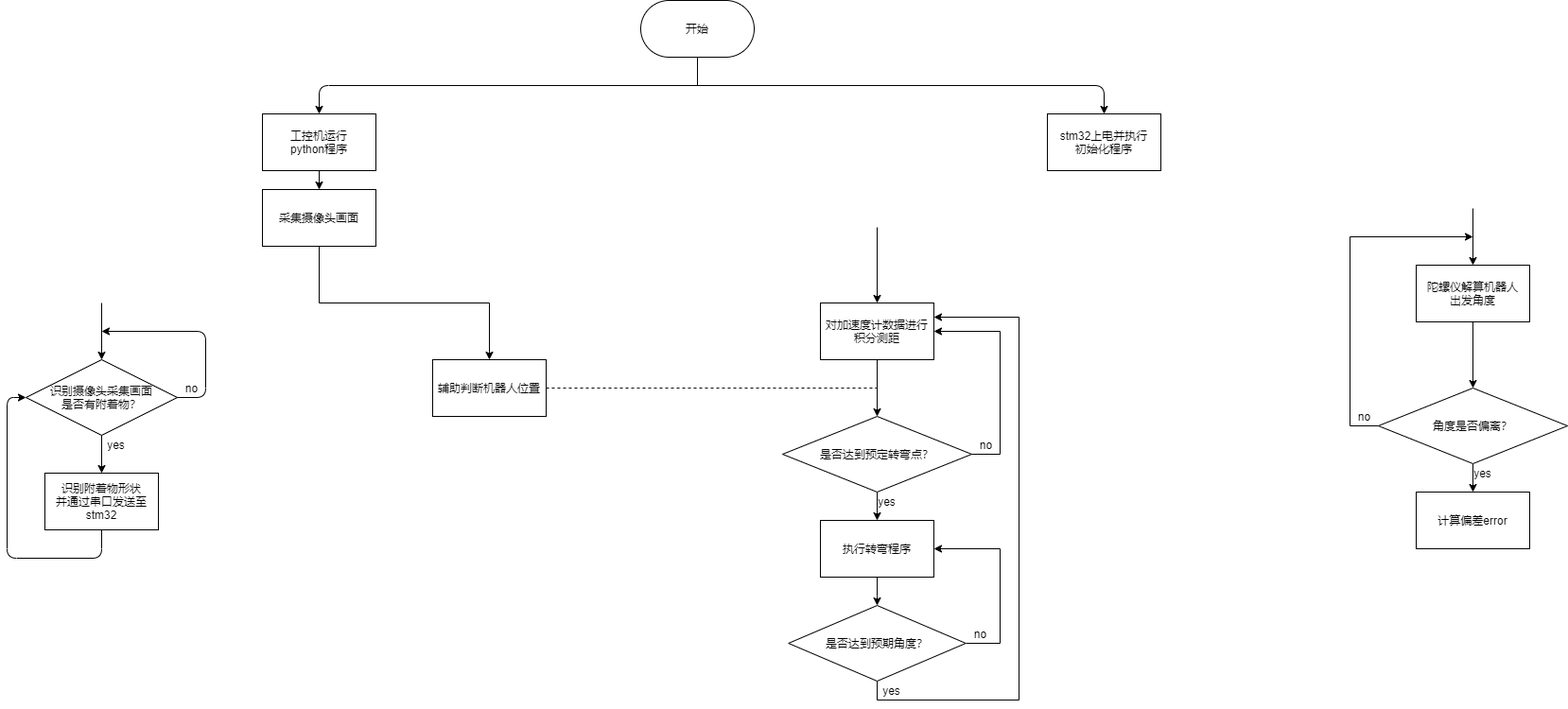
Earlier version of the draw.io export test.png (RightTriangle/RightTriangle.github.io). Source tidied: cells renumbered, new cells last; positions are measured from the earlier drawing's top-left corner, leaving out a move shared by most shapes.
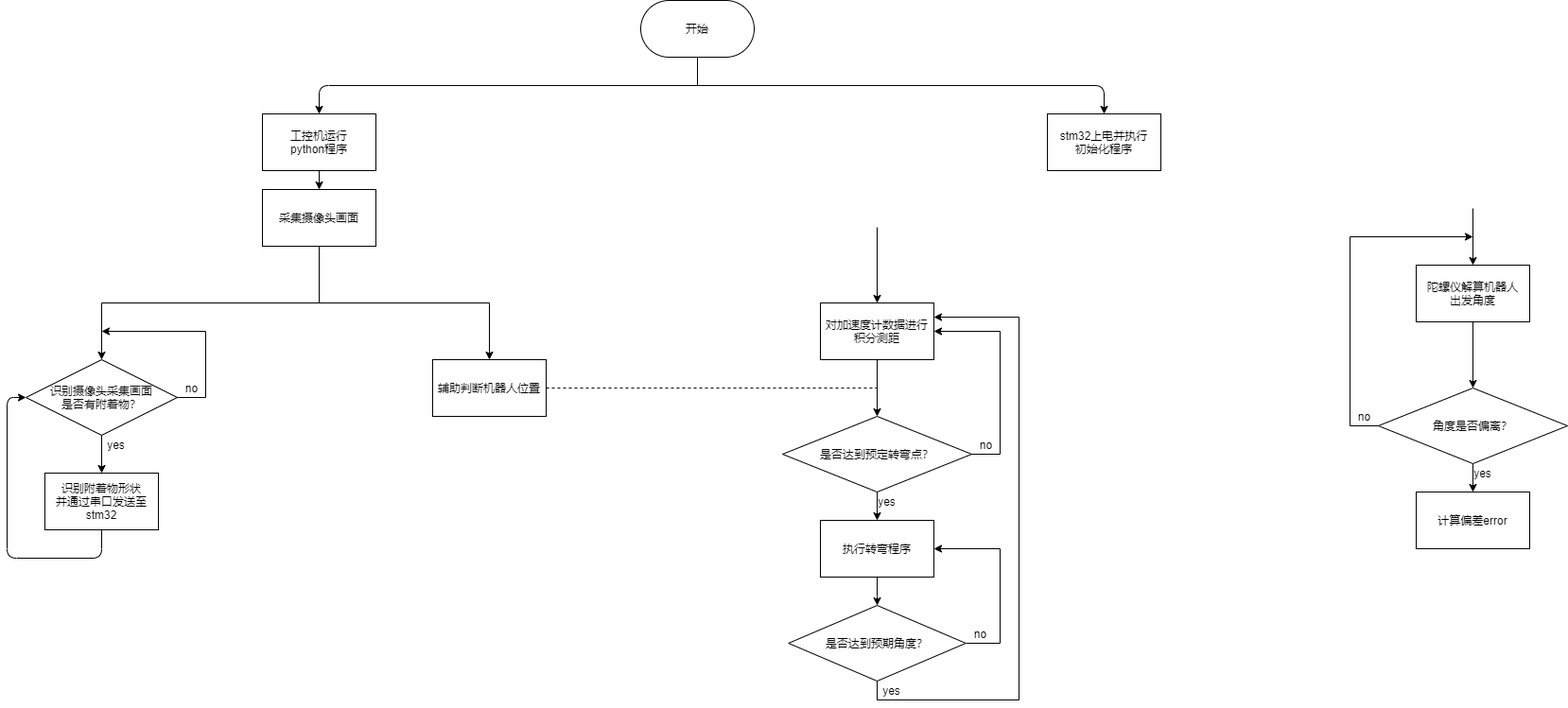
After the change.

What changed in the source:
```diff
@@ -24,12 +24,15 @@
     <mxCell id="6" value="工控机运行&lt;br&gt;python程序" style="rounded=0;whiteSpace=wrap;html=1;" parent="1" vertex="1">
       <mxGeometry x="270" y="120" width="120" height="60" as="geometry" />
     </mxCell>
-    <mxCell id="7" style="endArrow=classic;html=1;exitX=0.5;exitY=1;exitDx=0;exitDy=0;" parent="1" edge="1">
-      <mxGeometry relative="1" as="geometry">
-        <mxPoint x="100" y="320" as="sourcePoint" />
-        <mxPoint x="100" y="380" as="targetPoint" />
-      </mxGeometry>
-    </mxCell>
+    <mxCell id="44" style="edgeStyle=orthogonalEdgeStyle;rounded=0;jettySize=auto;html=1;exitX=1;exitY=0.5;exitDx=0;exitDy=0;" parent="1" edge="1" source="8">
+      <mxGeometry relative="1" as="geometry">
+        <mxPoint x="100" y="350" as="targetPoint" />
+        <Array as="points">
+          <mxPoint x="210" y="420" />
+          <mxPoint x="210" y="350" />
+        </Array>
+      </mxGeometry>
+    </mxCell>
     <mxCell id="8" value="识别摄像头采集画面&lt;br&gt;是否有附着物？" style="rhombus;whiteSpace=wrap;html=1;" parent="1" vertex="1">
       <mxGeometry x="20" y="380" width="160" height="80" as="geometry" />
     </mxCell>
@@ -39,16 +42,6 @@
         <mxPoint x="100" y="500" as="targetPoint" />
       </mxGeometry>
     </mxCell>
-    <mxCell id="10" style="endArrow=classic;html=1;edgeStyle=orthogonalEdgeStyle;" parent="1" edge="1">
-      <mxGeometry relative="1" as="geometry">
-        <mxPoint x="180" y="420" as="sourcePoint" />
-        <mxPoint x="100" y="350" as="targetPoint" />
-        <Array as="points">
-          <mxPoint x="210" y="420" />
-          <mxPoint x="210" y="350" />
-        </Array>
-      </mxGeometry>
-    </mxCell>
     <mxCell id="11" value="no" style="text;html=1;align=center;verticalAlign=middle;strokeColor=none;" parent="1" vertex="1">
       <mxGeometry x="180" y="400" width="30" height="20" as="geometry" />
     </mxCell>
@@ -73,6 +66,9 @@
     <mxCell id="16" style="edgeStyle=orthogonalEdgeStyle;rounded=0;jettySize=auto;html=1;exitX=0.5;exitY=1;exitDx=0;exitDy=0;entryX=0.5;entryY=0;entryDx=0;entryDy=0;" parent="1" edge="1" source="17" target="18">
       <mxGeometry relative="1" as="geometry" />
     </mxCell>
+    <mxCell id="45" style="edgeStyle=orthogonalEdgeStyle;rounded=0;jettySize=auto;html=1;exitX=0.5;exitY=1;exitDx=0;exitDy=0;entryX=0.5;entryY=0;entryDx=0;entryDy=0;" parent="1" edge="1" source="17" target="8">
+      <mxGeometry relative="1" as="geometry" />
+    </mxCell>
     <mxCell id="17" value="采集摄像头画面" style="rounded=0;whiteSpace=wrap;html=1;" parent="1" vertex="1">
       <mxGeometry x="270" y="200" width="120" height="60" as="geometry" />
     </mxCell>
```
